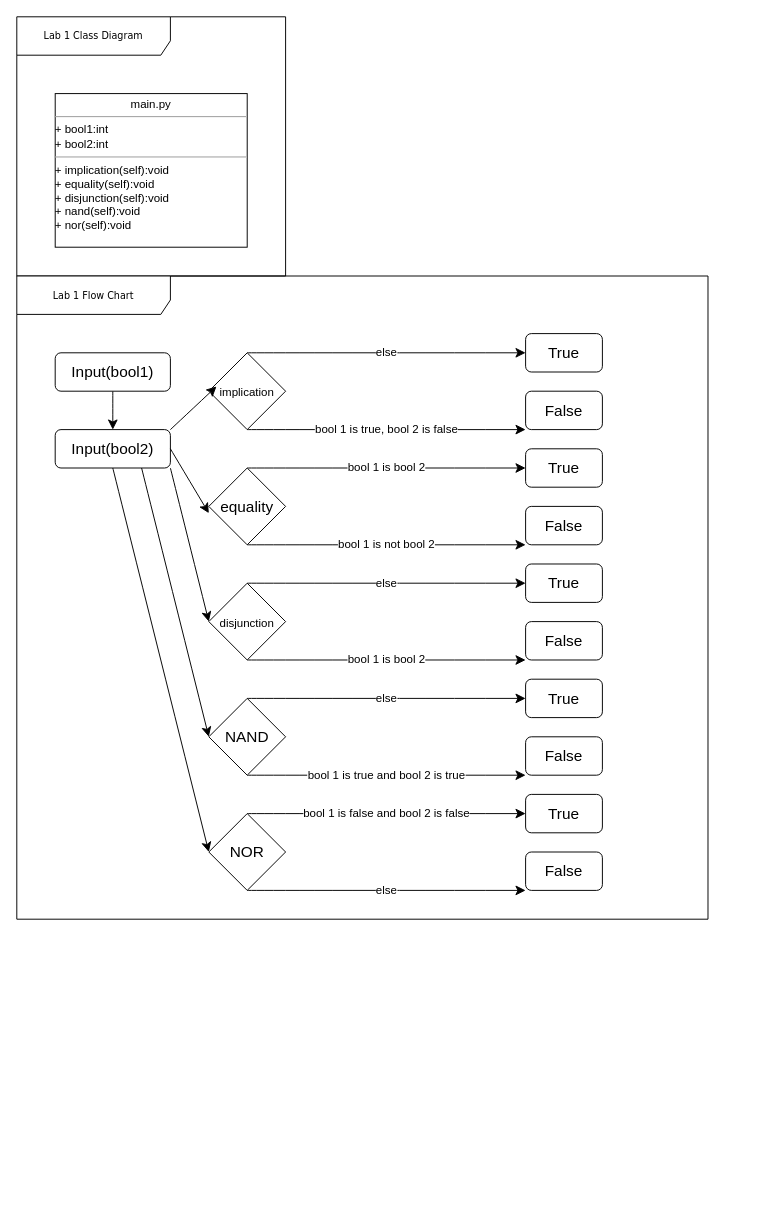
This is Labs/Lab1/Lab1.drawio from EthanLawr/CISC213, a draw.io file, before an edit. Source tidied: cells renumbered, new cells numbered last; positions are measured from the earlier drawing's top-left corner, leaving out a move shared by most shapes. Both pictures are drawn from the tidied source at 96%, with x=0, y=0 at pixel (16, 16).
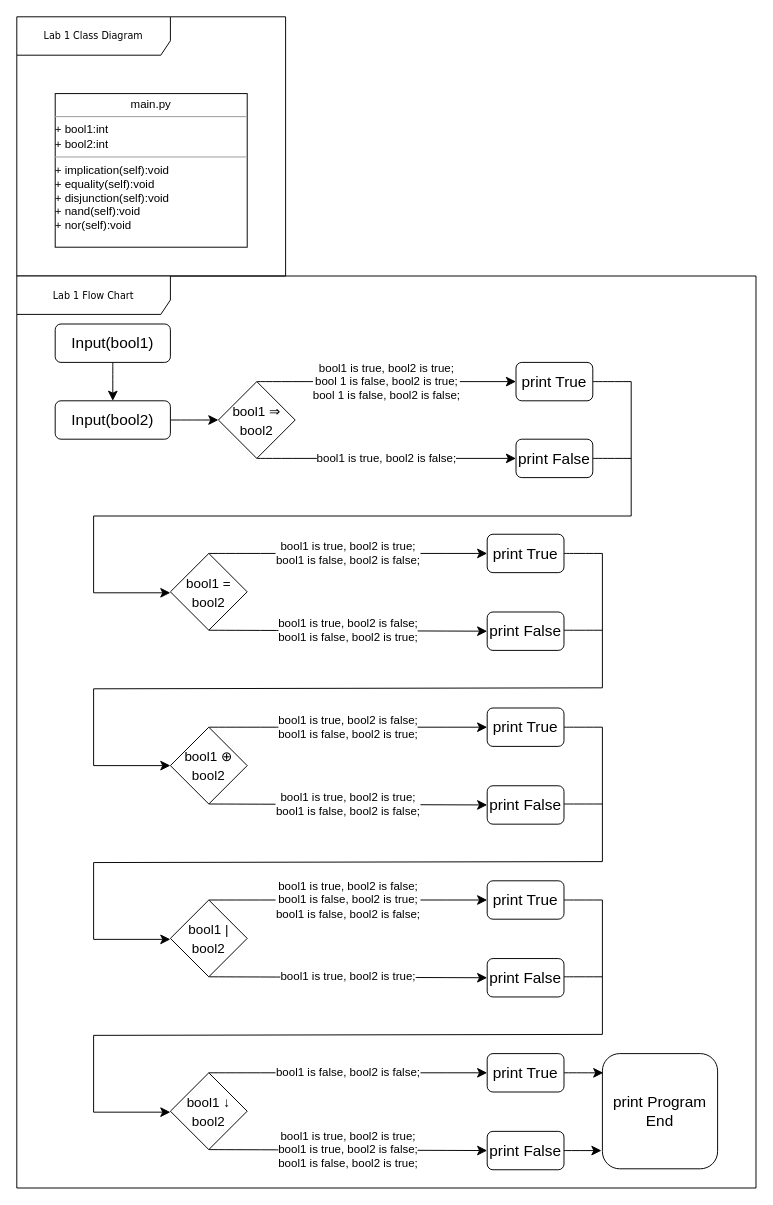
The same diagram, later.

Diff of the diagram source:
```diff
@@
-    <mxCell id="6" value="Lab 1 Flow Chart" style="shape=umlFrame;whiteSpace=wrap;html=1;rounded=0;shadow=0;comic=0;labelBackgroundColor=none;strokeWidth=1;fontFamily=Verdana;fontSize=10;align=center;width=160;height=40;" parent="1" vertex="1">
-      <mxGeometry y="270" width="720" height="670" as="geometry" />
+    <mxCell id="6" value="Lab 1 Flow Chart" style="shape=umlFrame;whiteSpace=wrap;html=1;rounded=0;shadow=0;comic=0;labelBackgroundColor=none;strokeWidth=1;fontFamily=Verdana;fontSize=10;align=center;width=160;height=40;strokeColor=default;" parent="1" vertex="1">
+      <mxGeometry y="270" width="770" height="950" as="geometry" />
     </mxCell>
-    <mxCell id="7" style="edgeStyle=none;curved=1;rounded=0;jettySize=auto;html=1;exitX=1;exitY=1;exitDx=0;exitDy=0;entryX=0;entryY=0.5;entryDx=0;entryDy=0;fontSize=12;startSize=8;endSize=8;" parent="1" edge="1" source="10" target="21">
-      <mxGeometry relative="1" as="geometry" />
-    </mxCell>
-    <mxCell id="8" style="edgeStyle=none;curved=1;rounded=0;jettySize=auto;html=1;exitX=0.75;exitY=1;exitDx=0;exitDy=0;entryX=0;entryY=0.5;entryDx=0;entryDy=0;fontSize=12;startSize=8;endSize=8;" parent="1" edge="1" source="10" target="24">
-      <mxGeometry relative="1" as="geometry" />
-    </mxCell>
-    <mxCell id="9" style="edgeStyle=none;curved=1;rounded=0;jettySize=auto;html=1;exitX=0.5;exitY=1;exitDx=0;exitDy=0;entryX=0;entryY=0.5;entryDx=0;entryDy=0;fontSize=12;startSize=8;endSize=8;" parent="1" edge="1" source="10" target="27">
-      <mxGeometry relative="1" as="geometry" />
-    </mxCell>
+    <mxCell id="28" style="edgeStyle=none;curved=1;rounded=0;jettySize=auto;html=1;fontSize=12;startSize=8;endSize=8;" parent="1" edge="1" source="10" target="15">
+      <mxGeometry relative="1" as="geometry" />
+    </mxCell>
     <mxCell id="10" value="Input(bool2)" style="rounded=1;whiteSpace=wrap;html=1;fontSize=16;" parent="1" vertex="1">
-      <mxGeometry x="40" y="430" width="120" height="40" as="geometry" />
+      <mxGeometry x="40" y="400" width="120" height="40" as="geometry" />
     </mxCell>
@@
     <mxCell id="12" value="Input(bool1)" style="rounded=1;whiteSpace=wrap;html=1;fontSize=16;" parent="1" vertex="1">
-      <mxGeometry x="40" y="350" width="120" height="40" as="geometry" />
+      <mxGeometry x="40" y="320" width="120" height="40" as="geometry" />
     </mxCell>
-    <mxCell id="13" value="else" style="edgeStyle=none;curved=1;rounded=0;jettySize=auto;html=1;exitX=0.5;exitY=0;exitDx=0;exitDy=0;entryX=0;entryY=0.5;entryDx=0;entryDy=0;fontSize=12;startSize=8;endSize=8;" parent="1" edge="1" source="15" target="30">
+    <mxCell id="13" value="bool1 is true, bool2 is true;&lt;br&gt;bool 1 is false, bool2 is true;&lt;br&gt;bool 1 is false, bool2 is false;" style="edgeStyle=none;curved=1;rounded=0;jettySize=auto;html=1;exitX=0.5;exitY=0;exitDx=0;exitDy=0;entryX=0;entryY=0.5;entryDx=0;entryDy=0;fontSize=12;startSize=8;endSize=8;" parent="1" edge="1" source="15" target="30">
       <mxGeometry relative="1" as="geometry" />
     </mxCell>
-    <mxCell id="14" value="bool 1 is true, bool 2 is false" style="edgeStyle=none;curved=1;rounded=0;jettySize=auto;html=1;exitX=0.5;exitY=1;exitDx=0;exitDy=0;entryX=0;entryY=1;entryDx=0;entryDy=0;fontSize=12;startSize=8;endSize=8;" parent="1" edge="1" source="15" target="31">
+    <mxCell id="14" value="bool1 is true, bool2 is false;" style="edgeStyle=none;curved=1;rounded=0;jettySize=auto;html=1;exitX=0.5;exitY=1;exitDx=0;exitDy=0;entryX=0;entryY=0.5;entryDx=0;entryDy=0;fontSize=12;startSize=8;endSize=8;" parent="1" edge="1" source="15" target="31">
       <mxGeometry relative="1" as="geometry" />
     </mxCell>
-    <mxCell id="15" value="&lt;font style=&quot;font-size: 12px;&quot;&gt;implication&lt;/font&gt;" style="rhombus;whiteSpace=wrap;html=1;fontSize=16;" parent="1" vertex="1">
-      <mxGeometry x="200" y="350" width="80" height="80" as="geometry" />
+    <mxCell id="15" value="&lt;font style=&quot;font-size: 14px;&quot;&gt;bool1 ⇒ bool2&lt;/font&gt;" style="rhombus;whiteSpace=wrap;html=1;fontSize=16;" parent="1" vertex="1">
+      <mxGeometry x="210" y="380" width="80" height="80" as="geometry" />
     </mxCell>
-    <mxCell id="16" value="bool 1 is bool 2" style="edgeStyle=none;curved=1;rounded=0;jettySize=auto;html=1;exitX=0.5;exitY=0;exitDx=0;exitDy=0;entryX=0;entryY=0.5;entryDx=0;entryDy=0;fontSize=12;startSize=8;endSize=8;" parent="1" edge="1" source="18" target="32">
-      <mxGeometry relative="1" as="geometry" />
+    <mxCell id="16" value="bool1 is true, bool2 is true;&lt;br&gt;bool1 is false, bool2 is false;" style="edgeStyle=none;curved=1;rounded=0;jettySize=auto;html=1;exitX=0.5;exitY=0;exitDx=0;exitDy=0;entryX=0;entryY=0.5;entryDx=0;entryDy=0;fontSize=12;startSize=8;endSize=8;" parent="1" edge="1" source="18">
+      <mxGeometry relative="1" as="geometry">
+        <mxPoint x="490" y="559" as="targetPoint" />
+      </mxGeometry>
     </mxCell>
-    <mxCell id="17" value="bool 1 is not bool 2" style="edgeStyle=none;curved=1;rounded=0;jettySize=auto;html=1;exitX=0.5;exitY=1;exitDx=0;exitDy=0;entryX=0;entryY=1;entryDx=0;entryDy=0;fontSize=12;startSize=8;endSize=8;" parent="1" edge="1" source="18" target="33">
-      <mxGeometry relative="1" as="geometry" />
+    <mxCell id="17" value="bool1 is true, bool2 is false;&lt;br&gt;bool1 is false, bool2 is true;" style="edgeStyle=none;curved=1;rounded=0;jettySize=auto;html=1;exitX=0.5;exitY=1;exitDx=0;exitDy=0;entryX=0;entryY=1;entryDx=0;entryDy=0;fontSize=12;startSize=8;endSize=8;" parent="1" edge="1" source="18">
+      <mxGeometry relative="1" as="geometry">
+        <mxPoint x="490" y="640" as="targetPoint" />
+      </mxGeometry>
     </mxCell>
-    <mxCell id="18" value="equality" style="rhombus;whiteSpace=wrap;html=1;fontSize=16;" parent="1" vertex="1">
-      <mxGeometry x="200" y="470" width="80" height="80" as="geometry" />
+    <mxCell id="18" value="&lt;font style=&quot;font-size: 14px;&quot;&gt;bool1 = bool2&lt;/font&gt;" style="rhombus;whiteSpace=wrap;html=1;fontSize=16;" parent="1" vertex="1">
+      <mxGeometry x="160" y="559" width="80" height="80" as="geometry" />
     </mxCell>
-    <mxCell id="19" value="else" style="edgeStyle=none;curved=1;rounded=0;jettySize=auto;html=1;exitX=0.5;exitY=0;exitDx=0;exitDy=0;entryX=0;entryY=0.5;entryDx=0;entryDy=0;fontSize=12;startSize=8;endSize=8;" parent="1" edge="1" source="21" target="34">
-      <mxGeometry relative="1" as="geometry" />
-    </mxCell>
-    <mxCell id="20" value="bool 1 is bool 2" style="edgeStyle=none;curved=1;rounded=0;jettySize=auto;html=1;exitX=0.5;exitY=1;exitDx=0;exitDy=0;entryX=0;entryY=1;entryDx=0;entryDy=0;fontSize=12;startSize=8;endSize=8;" parent="1" edge="1" source="21" target="35">
-      <mxGeometry relative="1" as="geometry" />
-    </mxCell>
-    <mxCell id="21" value="&lt;font style=&quot;font-size: 12px;&quot;&gt;disjunction&lt;/font&gt;" style="rhombus;whiteSpace=wrap;html=1;fontSize=16;" parent="1" vertex="1">
-      <mxGeometry x="200" y="590" width="80" height="80" as="geometry" />
-    </mxCell>
-    <mxCell id="22" value="else" style="edgeStyle=none;curved=1;rounded=0;jettySize=auto;html=1;exitX=0.5;exitY=0;exitDx=0;exitDy=0;entryX=0;entryY=0.5;entryDx=0;entryDy=0;fontSize=12;startSize=8;endSize=8;" parent="1" edge="1" source="24" target="36">
-      <mxGeometry relative="1" as="geometry" />
-    </mxCell>
-    <mxCell id="23" value="bool 1 is true and bool 2 is true" style="edgeStyle=none;curved=1;rounded=0;jettySize=auto;html=1;exitX=0.5;exitY=1;exitDx=0;exitDy=0;entryX=0;entryY=1;entryDx=0;entryDy=0;fontSize=12;startSize=8;endSize=8;" parent="1" edge="1" source="24" target="37">
-      <mxGeometry relative="1" as="geometry" />
-    </mxCell>
-    <mxCell id="24" value="NAND" style="rhombus;whiteSpace=wrap;html=1;fontSize=16;" parent="1" vertex="1">
-      <mxGeometry x="200" y="710" width="80" height="80" as="geometry" />
-    </mxCell>
-    <mxCell id="25" value="bool 1 is false and bool 2 is false" style="edgeStyle=none;curved=1;rounded=0;jettySize=auto;html=1;exitX=0.5;exitY=0;exitDx=0;exitDy=0;entryX=0;entryY=0.5;entryDx=0;entryDy=0;fontSize=12;startSize=8;endSize=8;" parent="1" edge="1" source="27" target="38">
-      <mxGeometry relative="1" as="geometry" />
-    </mxCell>
-    <mxCell id="26" value="else" style="edgeStyle=none;curved=1;rounded=0;jettySize=auto;html=1;exitX=0.5;exitY=1;exitDx=0;exitDy=0;entryX=0;entryY=1;entryDx=0;entryDy=0;fontSize=12;startSize=8;endSize=8;" parent="1" edge="1" source="27" target="39">
-      <mxGeometry relative="1" as="geometry" />
-    </mxCell>
-    <mxCell id="27" value="NOR" style="rhombus;whiteSpace=wrap;html=1;fontSize=16;" parent="1" vertex="1">
-      <mxGeometry x="200" y="830" width="80" height="80" as="geometry" />
-    </mxCell>
-    <mxCell id="28" style="edgeStyle=none;curved=1;rounded=0;jettySize=auto;html=1;exitX=1;exitY=0;exitDx=0;exitDy=0;entryX=0.1;entryY=0.438;entryDx=0;entryDy=0;entryPerimeter=0;fontSize=12;startSize=8;endSize=8;" parent="1" edge="1" source="10" target="15">
-      <mxGeometry relative="1" as="geometry" />
-    </mxCell>
-    <mxCell id="29" style="edgeStyle=none;curved=1;rounded=0;jettySize=auto;html=1;exitX=1;exitY=0.5;exitDx=0;exitDy=0;entryX=0;entryY=0.588;entryDx=0;entryDy=0;entryPerimeter=0;fontSize=12;startSize=8;endSize=8;" parent="1" edge="1" source="10" target="18">
-      <mxGeometry relative="1" as="geometry" />
-    </mxCell>
-    <mxCell id="30" value="True" style="rounded=1;whiteSpace=wrap;html=1;fontSize=16;" parent="1" vertex="1">
-      <mxGeometry x="530" y="330" width="80" height="40" as="geometry" />
+    <mxCell id="30" value="print True" style="rounded=1;whiteSpace=wrap;html=1;fontSize=16;" parent="1" vertex="1">
+      <mxGeometry x="520" y="360" width="80" height="40" as="geometry" />
     </mxCell>
-    <mxCell id="31" value="False" style="rounded=1;whiteSpace=wrap;html=1;fontSize=16;" parent="1" vertex="1">
-      <mxGeometry x="530" y="390" width="80" height="40" as="geometry" />
+    <mxCell id="31" value="print False" style="rounded=1;whiteSpace=wrap;html=1;fontSize=16;" parent="1" vertex="1">
+      <mxGeometry x="520" y="440" width="80" height="40" as="geometry" />
     </mxCell>
-    <mxCell id="32" value="True" style="rounded=1;whiteSpace=wrap;html=1;fontSize=16;" parent="1" vertex="1">
-      <mxGeometry x="530" y="450" width="80" height="40" as="geometry" />
+    <mxCell id="32" value="print True" style="rounded=1;whiteSpace=wrap;html=1;fontSize=16;" parent="1" vertex="1">
+      <mxGeometry x="490" y="539" width="80" height="40" as="geometry" />
     </mxCell>
-    <mxCell id="33" value="False" style="rounded=1;whiteSpace=wrap;html=1;fontSize=16;" parent="1" vertex="1">
-      <mxGeometry x="530" y="510" width="80" height="40" as="geometry" />
-    </mxCell>
-    <mxCell id="34" value="True" style="rounded=1;whiteSpace=wrap;html=1;fontSize=16;" parent="1" vertex="1">
-      <mxGeometry x="530" y="570" width="80" height="40" as="geometry" />
-    </mxCell>
-    <mxCell id="35" value="False" style="rounded=1;whiteSpace=wrap;html=1;fontSize=16;" parent="1" vertex="1">
-      <mxGeometry x="530" y="630" width="80" height="40" as="geometry" />
-    </mxCell>
-    <mxCell id="36" value="True" style="rounded=1;whiteSpace=wrap;html=1;fontSize=16;" parent="1" vertex="1">
-      <mxGeometry x="530" y="690" width="80" height="40" as="geometry" />
-    </mxCell>
-    <mxCell id="37" value="False" style="rounded=1;whiteSpace=wrap;html=1;fontSize=16;" parent="1" vertex="1">
-      <mxGeometry x="530" y="750" width="80" height="40" as="geometry" />
-    </mxCell>
-    <mxCell id="38" value="True" style="rounded=1;whiteSpace=wrap;html=1;fontSize=16;" parent="1" vertex="1">
-      <mxGeometry x="530" y="810" width="80" height="40" as="geometry" />
-    </mxCell>
-    <mxCell id="39" value="False" style="rounded=1;whiteSpace=wrap;html=1;fontSize=16;" parent="1" vertex="1">
-      <mxGeometry x="530" y="870" width="80" height="40" as="geometry" />
-    </mxCell>
+    <mxCell id="40" style="endArrow=classic;html=1;rounded=0;fontSize=12;startSize=8;endSize=8;curved=0;" parent="1" edge="1">
+      <mxGeometry relative="1" as="geometry">
+        <mxPoint x="640" y="380" as="sourcePoint" />
+        <mxPoint x="160" y="600" as="targetPoint" />
+        <Array as="points">
+          <mxPoint x="640" y="520" />
+          <mxPoint x="80" y="520" />
+          <mxPoint x="80" y="600" />
+        </Array>
+      </mxGeometry>
+    </mxCell>
+    <mxCell id="41" style="endArrow=none;html=1;rounded=0;fontSize=12;startSize=8;endSize=8;curved=1;exitX=1;exitY=0.5;exitDx=0;exitDy=0;" parent="1" edge="1" source="31">
+      <mxGeometry relative="1" as="geometry">
+        <mxPoint x="640" y="460" as="targetPoint" />
+      </mxGeometry>
+    </mxCell>
+    <mxCell id="42" style="endArrow=none;html=1;rounded=0;fontSize=12;startSize=8;endSize=8;curved=1;exitX=1;exitY=0.5;exitDx=0;exitDy=0;" parent="1" edge="1" source="30">
+      <mxGeometry relative="1" as="geometry">
+        <mxPoint x="640" y="380" as="targetPoint" />
+      </mxGeometry>
+    </mxCell>
+    <mxCell id="43" value="print False" style="rounded=1;whiteSpace=wrap;html=1;fontSize=16;" parent="1" vertex="1">
+      <mxGeometry x="490" y="620" width="80" height="40" as="geometry" />
+    </mxCell>
+    <mxCell id="44" style="endArrow=classic;html=1;rounded=0;fontSize=12;startSize=8;endSize=8;curved=0;" parent="1" edge="1">
+      <mxGeometry relative="1" as="geometry">
+        <mxPoint x="610" y="559" as="sourcePoint" />
+        <mxPoint x="160" y="780" as="targetPoint" />
+        <Array as="points">
+          <mxPoint x="610" y="699" />
+          <mxPoint x="80" y="700" />
+          <mxPoint x="80" y="780" />
+        </Array>
+      </mxGeometry>
+    </mxCell>
+    <mxCell id="45" style="endArrow=none;html=1;rounded=0;fontSize=12;startSize=8;endSize=8;curved=1;exitX=1;exitY=0.5;exitDx=0;exitDy=0;" parent="1" edge="1">
+      <mxGeometry relative="1" as="geometry">
+        <mxPoint x="570" y="639" as="sourcePoint" />
+        <mxPoint x="610" y="639" as="targetPoint" />
+      </mxGeometry>
+    </mxCell>
+    <mxCell id="46" style="endArrow=none;html=1;rounded=0;fontSize=12;startSize=8;endSize=8;curved=1;exitX=1;exitY=0.5;exitDx=0;exitDy=0;" parent="1" edge="1">
+      <mxGeometry relative="1" as="geometry">
+        <mxPoint x="570" y="559" as="sourcePoint" />
+        <mxPoint x="610" y="559" as="targetPoint" />
+      </mxGeometry>
+    </mxCell>
+    <mxCell id="47" value="bool1 is true, bool2 is false;&lt;br&gt;bool1 is false, bool2 is true;" style="edgeStyle=none;curved=1;rounded=0;jettySize=auto;html=1;exitX=0.5;exitY=0;exitDx=0;exitDy=0;entryX=0;entryY=0.5;entryDx=0;entryDy=0;fontSize=12;startSize=8;endSize=8;" parent="1" edge="1" source="49">
+      <mxGeometry relative="1" as="geometry">
+        <mxPoint x="490" y="740" as="targetPoint" />
+      </mxGeometry>
+    </mxCell>
+    <mxCell id="48" value="bool1 is true, bool2 is true;&lt;br&gt;bool1 is false, bool2 is false;" style="edgeStyle=none;curved=1;rounded=0;jettySize=auto;html=1;exitX=0.5;exitY=1;exitDx=0;exitDy=0;entryX=0;entryY=1;entryDx=0;entryDy=0;fontSize=12;startSize=8;endSize=8;" parent="1" edge="1" source="49">
+      <mxGeometry relative="1" as="geometry">
+        <mxPoint x="490" y="821" as="targetPoint" />
+      </mxGeometry>
+    </mxCell>
+    <mxCell id="49" value="&lt;font style=&quot;font-size: 14px;&quot;&gt;bool1&amp;nbsp;⊕ bool2&lt;/font&gt;" style="rhombus;whiteSpace=wrap;html=1;fontSize=16;" parent="1" vertex="1">
+      <mxGeometry x="160" y="740" width="80" height="80" as="geometry" />
+    </mxCell>
+    <mxCell id="50" value="print True" style="rounded=1;whiteSpace=wrap;html=1;fontSize=16;" parent="1" vertex="1">
+      <mxGeometry x="490" y="720" width="80" height="40" as="geometry" />
+    </mxCell>
+    <mxCell id="51" value="print False" style="rounded=1;whiteSpace=wrap;html=1;fontSize=16;" parent="1" vertex="1">
+      <mxGeometry x="490" y="801" width="80" height="40" as="geometry" />
+    </mxCell>
+    <mxCell id="52" style="endArrow=classic;html=1;rounded=0;fontSize=12;startSize=8;endSize=8;curved=0;" parent="1" edge="1">
+      <mxGeometry relative="1" as="geometry">
+        <mxPoint x="610" y="740" as="sourcePoint" />
+        <mxPoint x="160" y="961" as="targetPoint" />
+        <Array as="points">
+          <mxPoint x="610" y="880" />
+          <mxPoint x="80" y="881" />
+          <mxPoint x="80" y="961" />
+        </Array>
+      </mxGeometry>
+    </mxCell>
+    <mxCell id="53" style="endArrow=none;html=1;rounded=0;fontSize=12;startSize=8;endSize=8;curved=1;exitX=1;exitY=0.5;exitDx=0;exitDy=0;" parent="1" edge="1">
+      <mxGeometry relative="1" as="geometry">
+        <mxPoint x="570" y="820" as="sourcePoint" />
+        <mxPoint x="610" y="820" as="targetPoint" />
+      </mxGeometry>
+    </mxCell>
+    <mxCell id="54" style="endArrow=none;html=1;rounded=0;fontSize=12;startSize=8;endSize=8;curved=1;exitX=1;exitY=0.5;exitDx=0;exitDy=0;" parent="1" edge="1">
+      <mxGeometry relative="1" as="geometry">
+        <mxPoint x="570" y="740" as="sourcePoint" />
+        <mxPoint x="610" y="740" as="targetPoint" />
+      </mxGeometry>
+    </mxCell>
+    <mxCell id="55" value="bool1 is true, bool2 is false;&lt;br&gt;bool1 is false, bool2 is true;&lt;br&gt;bool1 is false, bool2 is false;" style="edgeStyle=none;curved=1;rounded=0;jettySize=auto;html=1;exitX=0.5;exitY=0;exitDx=0;exitDy=0;entryX=0;entryY=0.5;entryDx=0;entryDy=0;fontSize=12;startSize=8;endSize=8;" parent="1" edge="1" source="57">
+      <mxGeometry relative="1" as="geometry">
+        <mxPoint x="490" y="920" as="targetPoint" />
+      </mxGeometry>
+    </mxCell>
+    <mxCell id="56" value="bool1 is true, bool2 is true;" style="edgeStyle=none;curved=1;rounded=0;jettySize=auto;html=1;exitX=0.5;exitY=1;exitDx=0;exitDy=0;entryX=0;entryY=1;entryDx=0;entryDy=0;fontSize=12;startSize=8;endSize=8;" parent="1" edge="1" source="57">
+      <mxGeometry relative="1" as="geometry">
+        <mxPoint x="490" y="1001" as="targetPoint" />
+      </mxGeometry>
+    </mxCell>
+    <mxCell id="57" value="&lt;font style=&quot;font-size: 14px;&quot;&gt;bool1 | bool2&lt;/font&gt;" style="rhombus;whiteSpace=wrap;html=1;fontSize=16;" parent="1" vertex="1">
+      <mxGeometry x="160" y="920" width="80" height="80" as="geometry" />
+    </mxCell>
+    <mxCell id="58" value="print True" style="rounded=1;whiteSpace=wrap;html=1;fontSize=16;" parent="1" vertex="1">
+      <mxGeometry x="490" y="900" width="80" height="40" as="geometry" />
+    </mxCell>
+    <mxCell id="59" value="print False" style="rounded=1;whiteSpace=wrap;html=1;fontSize=16;" parent="1" vertex="1">
+      <mxGeometry x="490" y="981" width="80" height="40" as="geometry" />
+    </mxCell>
+    <mxCell id="60" style="endArrow=classic;html=1;rounded=0;fontSize=12;startSize=8;endSize=8;curved=0;" parent="1" edge="1">
+      <mxGeometry relative="1" as="geometry">
+        <mxPoint x="610" y="920" as="sourcePoint" />
+        <mxPoint x="160" y="1141" as="targetPoint" />
+        <Array as="points">
+          <mxPoint x="610" y="1060" />
+          <mxPoint x="80" y="1061" />
+          <mxPoint x="80" y="1141" />
+        </Array>
+      </mxGeometry>
+    </mxCell>
+    <mxCell id="61" style="endArrow=none;html=1;rounded=0;fontSize=12;startSize=8;endSize=8;curved=1;exitX=1;exitY=0.5;exitDx=0;exitDy=0;" parent="1" edge="1">
+      <mxGeometry relative="1" as="geometry">
+        <mxPoint x="570" y="1000" as="sourcePoint" />
+        <mxPoint x="610" y="1000" as="targetPoint" />
+      </mxGeometry>
+    </mxCell>
+    <mxCell id="62" style="endArrow=none;html=1;rounded=0;fontSize=12;startSize=8;endSize=8;curved=1;exitX=1;exitY=0.5;exitDx=0;exitDy=0;" parent="1" edge="1">
+      <mxGeometry relative="1" as="geometry">
+        <mxPoint x="570" y="920" as="sourcePoint" />
+        <mxPoint x="610" y="920" as="targetPoint" />
+      </mxGeometry>
+    </mxCell>
+    <mxCell id="63" value="bool1 is false, bool2 is false;" style="edgeStyle=none;curved=1;rounded=0;jettySize=auto;html=1;exitX=0.5;exitY=0;exitDx=0;exitDy=0;entryX=0;entryY=0.5;entryDx=0;entryDy=0;fontSize=12;startSize=8;endSize=8;" parent="1" edge="1" source="65">
+      <mxGeometry relative="1" as="geometry">
+        <mxPoint x="490" y="1100" as="targetPoint" />
+      </mxGeometry>
+    </mxCell>
+    <mxCell id="64" value="bool1 is true, bool2 is true;&lt;br&gt;bool1 is true, bool2 is false;&lt;br&gt;bool1 is false, bool2 is true;" style="edgeStyle=none;curved=1;rounded=0;jettySize=auto;html=1;exitX=0.5;exitY=1;exitDx=0;exitDy=0;entryX=0;entryY=1;entryDx=0;entryDy=0;fontSize=12;startSize=8;endSize=8;" parent="1" edge="1" source="65">
+      <mxGeometry relative="1" as="geometry">
+        <mxPoint x="490" y="1181" as="targetPoint" />
+      </mxGeometry>
+    </mxCell>
+    <mxCell id="65" value="&lt;font style=&quot;font-size: 14px;&quot;&gt;bool1&amp;nbsp;↓ bool2&lt;/font&gt;" style="rhombus;whiteSpace=wrap;html=1;fontSize=16;" parent="1" vertex="1">
+      <mxGeometry x="160" y="1100" width="80" height="80" as="geometry" />
+    </mxCell>
+    <mxCell id="66" value="print True" style="rounded=1;whiteSpace=wrap;html=1;fontSize=16;" parent="1" vertex="1">
+      <mxGeometry x="490" y="1080" width="80" height="40" as="geometry" />
+    </mxCell>
+    <mxCell id="67" value="print False" style="rounded=1;whiteSpace=wrap;html=1;fontSize=16;" parent="1" vertex="1">
+      <mxGeometry x="490" y="1161" width="80" height="40" as="geometry" />
+    </mxCell>
+    <mxCell id="68" value="print Program End" style="rounded=1;whiteSpace=wrap;html=1;fontSize=16;" parent="1" vertex="1">
+      <mxGeometry x="610" y="1080" width="120" height="120" as="geometry" />
+    </mxCell>
+    <mxCell id="69" style="edgeStyle=none;curved=1;rounded=0;jettySize=auto;html=1;exitX=1;exitY=0.5;exitDx=0;exitDy=0;entryX=-0.008;entryY=0.842;entryDx=0;entryDy=0;entryPerimeter=0;fontSize=12;startSize=8;endSize=8;" parent="1" edge="1" source="67" target="68">
+      <mxGeometry relative="1" as="geometry" />
+    </mxCell>
+    <mxCell id="70" style="edgeStyle=none;curved=1;rounded=0;jettySize=auto;html=1;exitX=1;exitY=0.5;exitDx=0;exitDy=0;entryX=0.008;entryY=0.167;entryDx=0;entryDy=0;entryPerimeter=0;fontSize=12;startSize=8;endSize=8;" parent="1" edge="1" source="66" target="68">
+      <mxGeometry relative="1" as="geometry" />
+    </mxCell>
```
